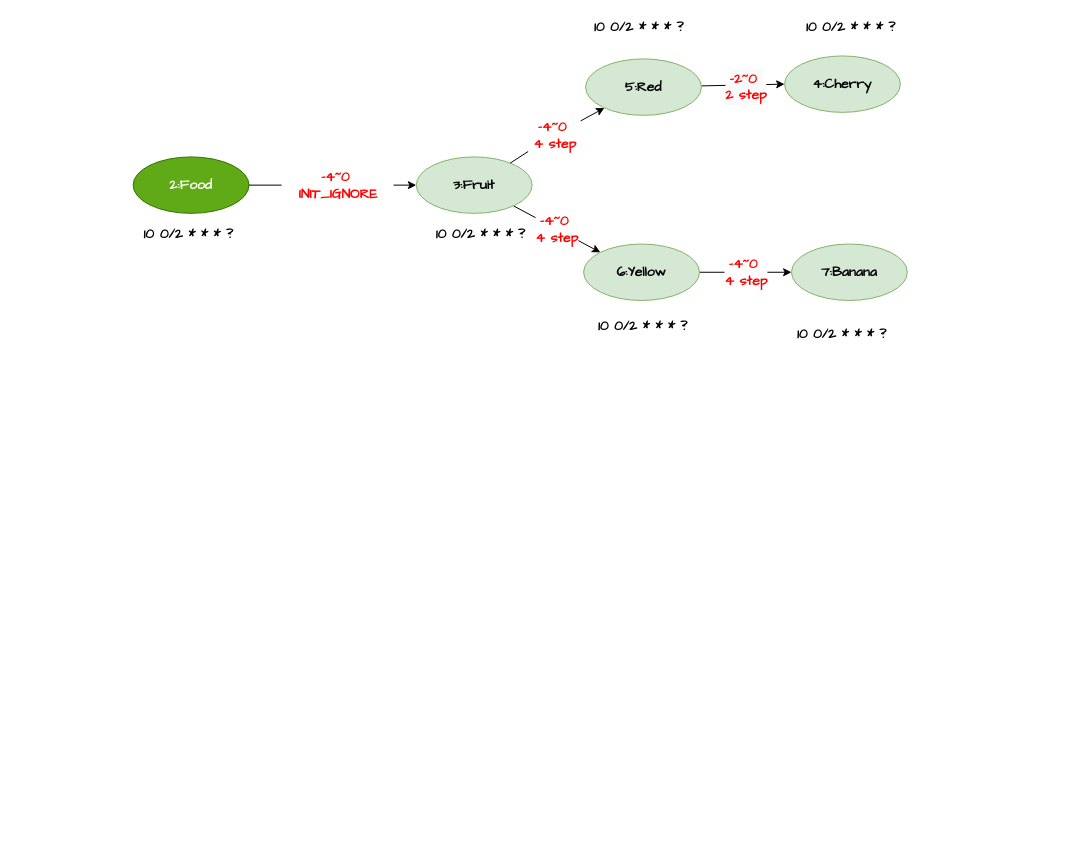
Before: src/main/leetcode_manuscripts/draw_io/project_1.drawio in wat1r/geek-algorithm-leetcode, a draw.io diagram. Source tidied: cells renumbered, new cells numbered last; positions are measured from the earlier drawing's top-left corner, leaving out a move shared by most shapes. Both pictures are drawn from the tidied source at 99%, with x=0, y=0 at pixel (133, 17).
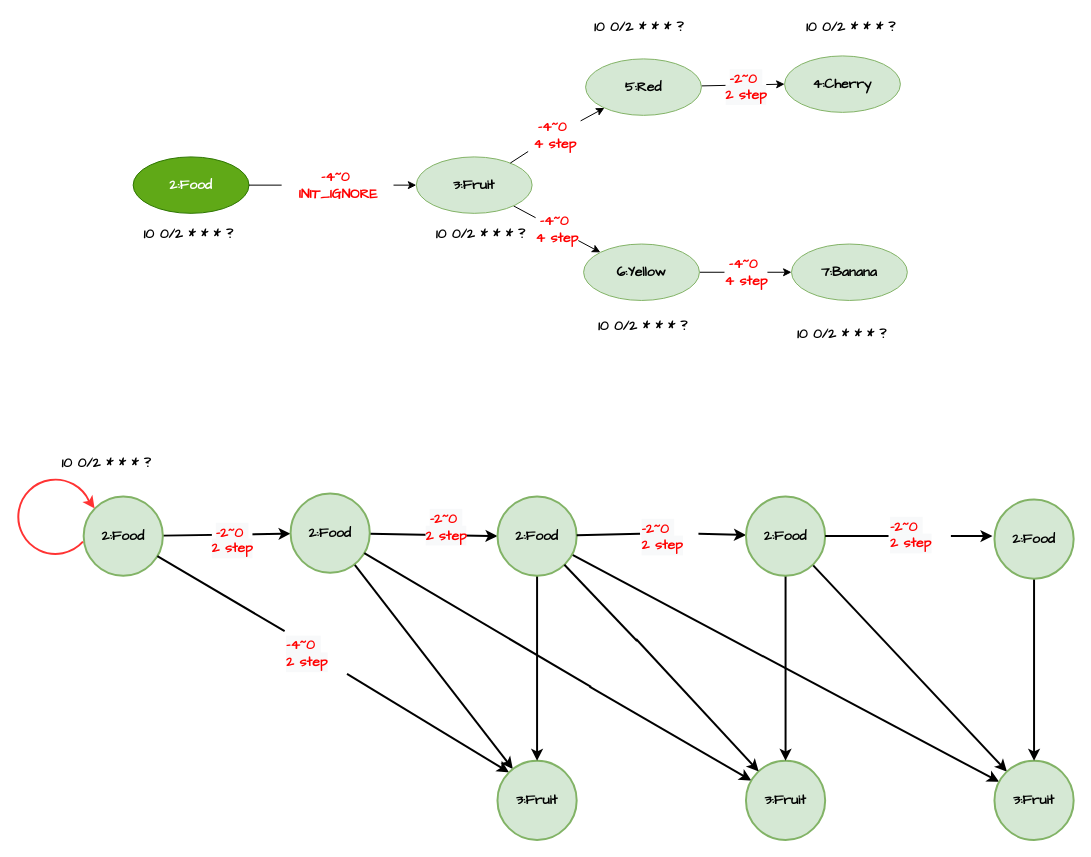
After the change.

What changed in the source:
```diff
@@
+    <mxCell id="23" value="&#10;&#10;&lt;br style=&quot;color: rgb(0, 0, 0); font-family: &amp;quot;comic sans ms&amp;quot;; font-size: 14px; font-style: normal; font-weight: 700; letter-spacing: normal; text-align: center; text-indent: 0px; text-transform: none; word-spacing: 0px;&quot;&gt;&lt;br style=&quot;color: rgb(0, 0, 0); font-family: &amp;quot;comic sans ms&amp;quot;; font-size: 14px; font-style: normal; font-weight: 700; letter-spacing: normal; text-align: center; text-indent: 0px; text-transform: none; word-spacing: 0px;&quot;&gt;&lt;span style=&quot;font-size: 14px; font-style: normal; font-weight: 700; letter-spacing: normal; text-align: center; text-indent: 0px; text-transform: none; word-spacing: 0px; color: rgb(255, 0, 0); font-family: &amp;quot;comic sans ms&amp;quot;; background-color: rgb(248, 249, 250); display: inline; float: none;&quot;&gt;-2~0&amp;nbsp;&lt;/span&gt;&lt;br style=&quot;font-size: 14px; font-style: normal; font-weight: 700; letter-spacing: normal; text-align: center; text-indent: 0px; text-transform: none; word-spacing: 0px; color: rgb(255, 0, 0); font-family: &amp;quot;comic sans ms&amp;quot;; background-color: rgb(248, 249, 250);&quot;&gt;&lt;span style=&quot;font-size: 14px; font-style: normal; font-weight: 700; letter-spacing: normal; text-align: center; text-indent: 0px; text-transform: none; word-spacing: 0px; color: rgb(255, 0, 0); font-family: &amp;quot;comic sans ms&amp;quot;; background-color: rgb(248, 249, 250); display: inline; float: none;&quot;&gt;2 step&lt;/span&gt;&#10;&#10;" style="edgeStyle=none;rounded=0;jettySize=auto;html=1;fontFamily=Comic Sans MS;fontSize=14;strokeWidth=2;" parent="1" edge="1" source="25" target="29">
+      <mxGeometry x="0.09" y="10" relative="1" as="geometry" />
+    </mxCell>
+    <mxCell id="24" style="edgeStyle=none;rounded=0;jettySize=auto;html=1;entryX=0;entryY=0;entryDx=0;entryDy=0;fontFamily=Comic Sans MS;fontSize=14;fontColor=none;strokeWidth=2;startArrow=none;" parent="1" edge="1" source="54" target="33">
+      <mxGeometry relative="1" as="geometry" />
+    </mxCell>
+    <mxCell id="25" value="2:Food" style="ellipse;whiteSpace=wrap;html=1;fillColor=#d5e8d4;strokeColor=#82b366;fontFamily=Comic Sans MS;fontStyle=1;fontSize=14;strokeWidth=2;" parent="1" vertex="1">
+      <mxGeometry x="-50" y="484" width="80" height="80" as="geometry" />
+    </mxCell>
+    <mxCell id="26" style="rounded=0;jettySize=auto;html=1;fontFamily=Comic Sans MS;fontSize=14;fontColor=none;strokeWidth=2;" parent="1" edge="1" source="29" target="33">
+      <mxGeometry relative="1" as="geometry" />
+    </mxCell>
+    <mxCell id="27" value="&lt;br style=&quot;color: rgb(0 , 0 , 0) ; font-size: 14px ; font-style: normal ; letter-spacing: normal ; text-align: center ; text-indent: 0px ; text-transform: none ; word-spacing: 0px ; font-family: &amp;#34;comic sans ms&amp;#34; ; font-weight: 700&quot;&gt;&lt;span style=&quot;font-size: 14px ; font-style: normal ; letter-spacing: normal ; text-align: center ; text-indent: 0px ; text-transform: none ; word-spacing: 0px ; font-weight: 700 ; color: rgb(255 , 0 , 0) ; font-family: &amp;#34;comic sans ms&amp;#34; ; background-color: rgb(248 , 249 , 250) ; display: inline ; float: none&quot;&gt;-2~0&amp;nbsp;&lt;/span&gt;&lt;br style=&quot;font-size: 14px ; font-style: normal ; letter-spacing: normal ; text-align: center ; text-indent: 0px ; text-transform: none ; word-spacing: 0px ; font-weight: 700 ; color: rgb(255 , 0 , 0) ; font-family: &amp;#34;comic sans ms&amp;#34; ; background-color: rgb(248 , 249 , 250)&quot;&gt;&lt;span style=&quot;font-size: 14px ; font-style: normal ; letter-spacing: normal ; text-align: center ; text-indent: 0px ; text-transform: none ; word-spacing: 0px ; font-weight: 700 ; color: rgb(255 , 0 , 0) ; font-family: &amp;#34;comic sans ms&amp;#34; ; background-color: rgb(248 , 249 , 250) ; display: inline ; float: none&quot;&gt;2 step&lt;/span&gt;&lt;br style=&quot;color: rgb(0 , 0 , 0) ; font-family: &amp;#34;comic sans ms&amp;#34; ; font-size: 14px ; font-style: normal ; font-weight: 400 ; letter-spacing: normal ; text-align: center ; text-indent: 0px ; text-transform: none ; word-spacing: 0px&quot;&gt;&lt;br&gt;" style="edgeStyle=none;rounded=0;jettySize=auto;html=1;entryX=0;entryY=0.5;entryDx=0;entryDy=0;fontFamily=Comic Sans MS;fontSize=14;fontColor=none;strokeWidth=2;" parent="1" edge="1" source="29" target="39">
+      <mxGeometry x="0.19" y="8" relative="1" as="geometry" />
+    </mxCell>
+    <mxCell id="28" style="edgeStyle=none;rounded=0;jettySize=auto;html=1;fontFamily=Comic Sans MS;fontSize=14;fontColor=none;strokeColor=#000000;strokeWidth=2;startArrow=none;" parent="1" edge="1" target="34">
+      <mxGeometry relative="1" as="geometry">
+        <mxPoint x="461" y="676" as="sourcePoint" />
+      </mxGeometry>
+    </mxCell>
+    <mxCell id="29" value="2:Food" style="ellipse;whiteSpace=wrap;html=1;fillColor=#d5e8d4;strokeColor=#82b366;fontFamily=Comic Sans MS;fontStyle=1;fontSize=14;strokeWidth=2;" parent="1" vertex="1">
+      <mxGeometry x="159" y="481" width="80" height="80" as="geometry" />
+    </mxCell>
+    <mxCell id="30" style="group;strokeWidth=2;labelBackgroundColor=none;noLabel=1;fontColor=none;labelBorderColor=#FF3333;" parent="1" vertex="1">
+      <mxGeometry x="-116" y="467" width="77" height="75" as="geometry" />
+    </mxCell>
+    <mxCell id="31" style="verticalLabelPosition=bottom;verticalAlign=top;html=1;shape=mxgraph.basic.arc;startAngle=0.36704887437191186;endAngle=0.18160120892732332;fontFamily=Comic Sans MS;fontSize=14;strokeWidth=2;strokeColor=#FF3333;" parent="30" vertex="1">
+      <mxGeometry width="75" height="75" as="geometry" />
+    </mxCell>
+    <mxCell id="32" style="endArrow=classic;html=1;fontFamily=Comic Sans MS;fontSize=14;strokeWidth=2;strokeColor=#FF3333;" parent="30" edge="1">
+      <mxGeometry relative="1" as="geometry">
+        <mxPoint x="72" y="22" as="sourcePoint" />
+        <mxPoint x="77" y="29" as="targetPoint" />
+      </mxGeometry>
+    </mxCell>
+    <mxCell id="33" value="3:Fruit" style="ellipse;whiteSpace=wrap;html=1;fillColor=#d5e8d4;strokeColor=#82b366;fontFamily=Comic Sans MS;fontStyle=1;fontSize=14;strokeWidth=2;" parent="1" vertex="1">
+      <mxGeometry x="368" y="751" width="80" height="80" as="geometry" />
+    </mxCell>
+    <mxCell id="34" value="3:Fruit" style="ellipse;whiteSpace=wrap;html=1;fillColor=#d5e8d4;strokeColor=#82b366;fontFamily=Comic Sans MS;fontStyle=1;fontSize=14;strokeWidth=2;" parent="1" vertex="1">
+      <mxGeometry x="619" y="751" width="80" height="80" as="geometry" />
+    </mxCell>
+    <mxCell id="35" style="edgeStyle=none;rounded=0;jettySize=auto;html=1;fontFamily=Comic Sans MS;fontSize=14;fontColor=none;strokeWidth=2;" parent="1" edge="1" source="39" target="33">
+      <mxGeometry relative="1" as="geometry" />
+    </mxCell>
+    <mxCell id="36" style="edgeStyle=none;rounded=0;jettySize=auto;html=1;fontFamily=Comic Sans MS;fontSize=14;fontColor=none;strokeColor=#000000;strokeWidth=2;startArrow=none;" parent="1" edge="1" target="34">
+      <mxGeometry relative="1" as="geometry">
+        <mxPoint x="508" y="628" as="sourcePoint" />
+      </mxGeometry>
+    </mxCell>
+    <mxCell id="37" style="edgeStyle=none;rounded=0;jettySize=auto;html=1;fontFamily=Comic Sans MS;fontSize=14;fontColor=none;strokeColor=#000000;strokeWidth=2;startArrow=none;" parent="1" edge="1" source="47" target="43">
+      <mxGeometry relative="1" as="geometry" />
+    </mxCell>
+    <mxCell id="38" style="edgeStyle=none;rounded=0;jettySize=auto;html=1;fontFamily=Comic Sans MS;fontSize=14;fontColor=none;strokeColor=#000000;strokeWidth=2;" parent="1" edge="1" source="39" target="44">
+      <mxGeometry relative="1" as="geometry" />
+    </mxCell>
+    <mxCell id="39" value="2:Food" style="ellipse;whiteSpace=wrap;html=1;fillColor=#d5e8d4;strokeColor=#82b366;fontFamily=Comic Sans MS;fontStyle=1;fontSize=14;strokeWidth=2;" parent="1" vertex="1">
+      <mxGeometry x="368" y="484" width="80" height="80" as="geometry" />
+    </mxCell>
+    <mxCell id="40" style="edgeStyle=none;rounded=0;jettySize=auto;html=1;fontFamily=Comic Sans MS;fontSize=14;fontColor=none;strokeColor=#000000;strokeWidth=2;" parent="1" edge="1" source="43" target="34">
+      <mxGeometry relative="1" as="geometry" />
+    </mxCell>
+    <mxCell id="41" style="edgeStyle=none;rounded=0;jettySize=auto;html=1;fontFamily=Comic Sans MS;fontSize=14;fontColor=none;strokeColor=#000000;strokeWidth=2;startArrow=none;" parent="1" edge="1" source="49">
+      <mxGeometry relative="1" as="geometry">
+        <mxPoint x="868" y="524" as="targetPoint" />
+      </mxGeometry>
+    </mxCell>
+    <mxCell id="42" style="edgeStyle=none;rounded=0;jettySize=auto;html=1;fontFamily=Comic Sans MS;fontSize=14;fontColor=none;strokeColor=#000000;strokeWidth=2;" parent="1" edge="1" source="43" target="44">
+      <mxGeometry relative="1" as="geometry" />
+    </mxCell>
+    <mxCell id="43" value="2:Food" style="ellipse;whiteSpace=wrap;html=1;fillColor=#d5e8d4;strokeColor=#82b366;fontFamily=Comic Sans MS;fontStyle=1;fontSize=14;strokeWidth=2;" parent="1" vertex="1">
+      <mxGeometry x="619" y="484" width="80" height="80" as="geometry" />
+    </mxCell>
+    <mxCell id="44" value="3:Fruit" style="ellipse;whiteSpace=wrap;html=1;fillColor=#d5e8d4;strokeColor=#82b366;fontFamily=Comic Sans MS;fontStyle=1;fontSize=14;strokeWidth=2;" parent="1" vertex="1">
+      <mxGeometry x="870" y="751" width="80" height="80" as="geometry" />
+    </mxCell>
+    <mxCell id="45" style="edgeStyle=none;rounded=0;jettySize=auto;html=1;fontFamily=Comic Sans MS;fontSize=14;fontColor=none;strokeColor=#000000;strokeWidth=2;" parent="1" edge="1" source="46" target="44">
+      <mxGeometry relative="1" as="geometry" />
+    </mxCell>
+    <mxCell id="46" value="2:Food" style="ellipse;whiteSpace=wrap;html=1;fillColor=#d5e8d4;strokeColor=#82b366;fontFamily=Comic Sans MS;fontStyle=1;fontSize=14;strokeWidth=2;" parent="1" vertex="1">
+      <mxGeometry x="870" y="487" width="80" height="80" as="geometry" />
+    </mxCell>
+    <mxCell id="47" value="&lt;span style=&quot;font-size: 14px ; font-style: normal ; letter-spacing: normal ; text-align: center ; text-indent: 0px ; text-transform: none ; word-spacing: 0px ; font-weight: 700 ; color: rgb(255 , 0 , 0) ; font-family: &amp;#34;comic sans ms&amp;#34; ; background-color: rgb(248 , 249 , 250) ; display: inline ; float: none&quot;&gt;-2~0&amp;nbsp;&lt;/span&gt;&lt;br style=&quot;font-size: 14px ; font-style: normal ; letter-spacing: normal ; text-align: center ; text-indent: 0px ; text-transform: none ; word-spacing: 0px ; font-weight: 700 ; color: rgb(255 , 0 , 0) ; font-family: &amp;#34;comic sans ms&amp;#34; ; background-color: rgb(248 , 249 , 250)&quot;&gt;&lt;span style=&quot;font-size: 14px ; font-style: normal ; letter-spacing: normal ; text-align: center ; text-indent: 0px ; text-transform: none ; word-spacing: 0px ; font-weight: 700 ; color: rgb(255 , 0 , 0) ; font-family: &amp;#34;comic sans ms&amp;#34; ; background-color: rgb(248 , 249 , 250) ; display: inline ; float: none&quot;&gt;2 step&lt;/span&gt;" style="text;whiteSpace=wrap;html=1;fontSize=14;fontFamily=Comic Sans MS;fontColor=none;" parent="1" vertex="1">
+      <mxGeometry x="512" y="502" width="59" height="38" as="geometry" />
+    </mxCell>
+    <mxCell id="48" style="edgeStyle=none;rounded=0;jettySize=auto;html=1;fontFamily=Comic Sans MS;fontSize=14;fontColor=none;strokeColor=#000000;strokeWidth=2;endArrow=none;" parent="1" edge="1" source="39" target="47">
+      <mxGeometry relative="1" as="geometry" />
+    </mxCell>
+    <mxCell id="49" value="&lt;span style=&quot;font-size: 14px; font-style: normal; letter-spacing: normal; text-indent: 0px; text-transform: none; word-spacing: 0px; text-align: center; font-weight: 700; color: rgb(255, 0, 0); font-family: &amp;quot;comic sans ms&amp;quot;; background-color: rgb(248, 249, 250); display: inline; float: none;&quot;&gt;-2~0&amp;nbsp;&lt;/span&gt;&lt;br style=&quot;font-size: 14px; font-style: normal; letter-spacing: normal; text-indent: 0px; text-transform: none; word-spacing: 0px; text-align: center; font-weight: 700; color: rgb(255, 0, 0); font-family: &amp;quot;comic sans ms&amp;quot;; background-color: rgb(248, 249, 250);&quot;&gt;&lt;span style=&quot;font-size: 14px; font-style: normal; letter-spacing: normal; text-indent: 0px; text-transform: none; word-spacing: 0px; text-align: center; font-weight: 700; color: rgb(255, 0, 0); font-family: &amp;quot;comic sans ms&amp;quot;; background-color: rgb(248, 249, 250); display: inline; float: none;&quot;&gt;2 step&lt;/span&gt;" style="text;whiteSpace=wrap;html=1;fontSize=14;fontFamily=Comic Sans MS;fontColor=none;" parent="1" vertex="1">
+      <mxGeometry x="763" y="500" width="63" height="48" as="geometry" />
+    </mxCell>
+    <mxCell id="50" style="edgeStyle=none;rounded=0;jettySize=auto;html=1;fontFamily=Comic Sans MS;fontSize=14;fontColor=none;strokeColor=#000000;strokeWidth=2;endArrow=none;" parent="1" edge="1" source="43" target="49">
+      <mxGeometry relative="1" as="geometry" />
+    </mxCell>
+    <mxCell id="51" value="&lt;span style=&quot;color: rgb(0, 0, 0); font-family: &amp;quot;comic sans ms&amp;quot;; font-size: 14px; font-style: normal; font-weight: 700; letter-spacing: normal; text-align: center; text-indent: 0px; text-transform: none; word-spacing: 0px; background-color: rgb(255, 255, 255); display: inline; float: none;&quot;&gt;10 0/2 * * * ?&amp;nbsp;&lt;/span&gt;" style="text;whiteSpace=wrap;html=1;fontSize=14;fontFamily=Comic Sans MS;fontColor=none;" parent="1" vertex="1">
+      <mxGeometry x="-74.5" y="436" width="129" height="31" as="geometry" />
+    </mxCell>
+    <mxCell id="52" style="edgeStyle=none;rounded=0;jettySize=auto;html=1;fontFamily=Comic Sans MS;fontSize=14;fontColor=none;strokeColor=#000000;strokeWidth=2;endArrow=none;" parent="1" edge="1" source="29">
+      <mxGeometry relative="1" as="geometry">
+        <mxPoint x="462.5" y="676.4" as="targetPoint" />
+      </mxGeometry>
+    </mxCell>
+    <mxCell id="53" style="edgeStyle=none;rounded=0;jettySize=auto;html=1;fontFamily=Comic Sans MS;fontSize=14;fontColor=none;strokeColor=#000000;strokeWidth=2;endArrow=none;" parent="1" edge="1" source="39">
+      <mxGeometry relative="1" as="geometry">
+        <mxPoint x="509" y="630" as="targetPoint" />
+      </mxGeometry>
+    </mxCell>
+    <mxCell id="54" value="&lt;span style=&quot;font-size: 14px ; font-style: normal ; letter-spacing: normal ; text-indent: 0px ; text-transform: none ; word-spacing: 0px ; text-align: center ; font-weight: 700 ; color: rgb(255 , 0 , 0) ; font-family: &amp;#34;comic sans ms&amp;#34; ; background-color: rgb(248 , 249 , 250) ; display: inline ; float: none&quot;&gt;-4~0&amp;nbsp;&lt;/span&gt;&lt;br style=&quot;font-size: 14px ; font-style: normal ; letter-spacing: normal ; text-indent: 0px ; text-transform: none ; word-spacing: 0px ; text-align: center ; font-weight: 700 ; color: rgb(255 , 0 , 0) ; font-family: &amp;#34;comic sans ms&amp;#34; ; background-color: rgb(248 , 249 , 250)&quot;&gt;&lt;span style=&quot;font-size: 14px ; font-style: normal ; letter-spacing: normal ; text-indent: 0px ; text-transform: none ; word-spacing: 0px ; text-align: center ; font-weight: 700 ; color: rgb(255 , 0 , 0) ; font-family: &amp;#34;comic sans ms&amp;#34; ; background-color: rgb(248 , 249 , 250) ; display: inline ; float: none&quot;&gt;2 step&lt;/span&gt;" style="text;whiteSpace=wrap;html=1;fontSize=14;fontFamily=Comic Sans MS;fontColor=none;" parent="1" vertex="1">
+      <mxGeometry x="153" y="620" width="63" height="48" as="geometry" />
+    </mxCell>
+    <mxCell id="55" style="edgeStyle=none;rounded=0;jettySize=auto;html=1;entryX=0;entryY=0;entryDx=0;entryDy=0;fontFamily=Comic Sans MS;fontSize=14;fontColor=none;strokeWidth=2;endArrow=none;" parent="1" edge="1" source="25" target="54">
+      <mxGeometry relative="1" as="geometry" />
+    </mxCell>
```
